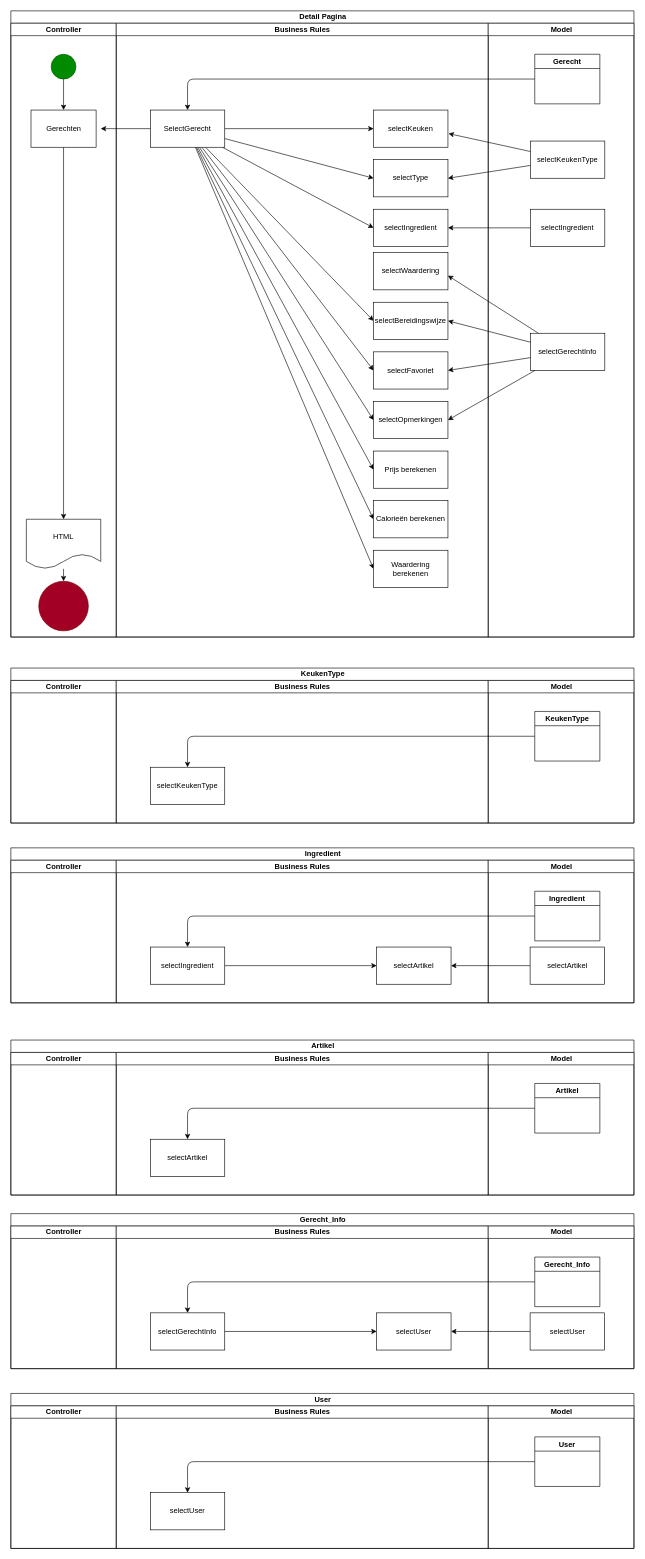
Earlier version of the draw.io diagram documents/design/VER-ASD-Uitgewerkt-ASD-AY-v1.drawio (ReneKrewinkel/educom-verrukkulluk-1705917536). Source tidied: cells renumbered, new cells numbered last; positions are measured from the earlier drawing's top-left corner, leaving out a move shared by most shapes. Both pictures are drawn from the tidied source at 62%, with x=0, y=0 at pixel (11, 11).
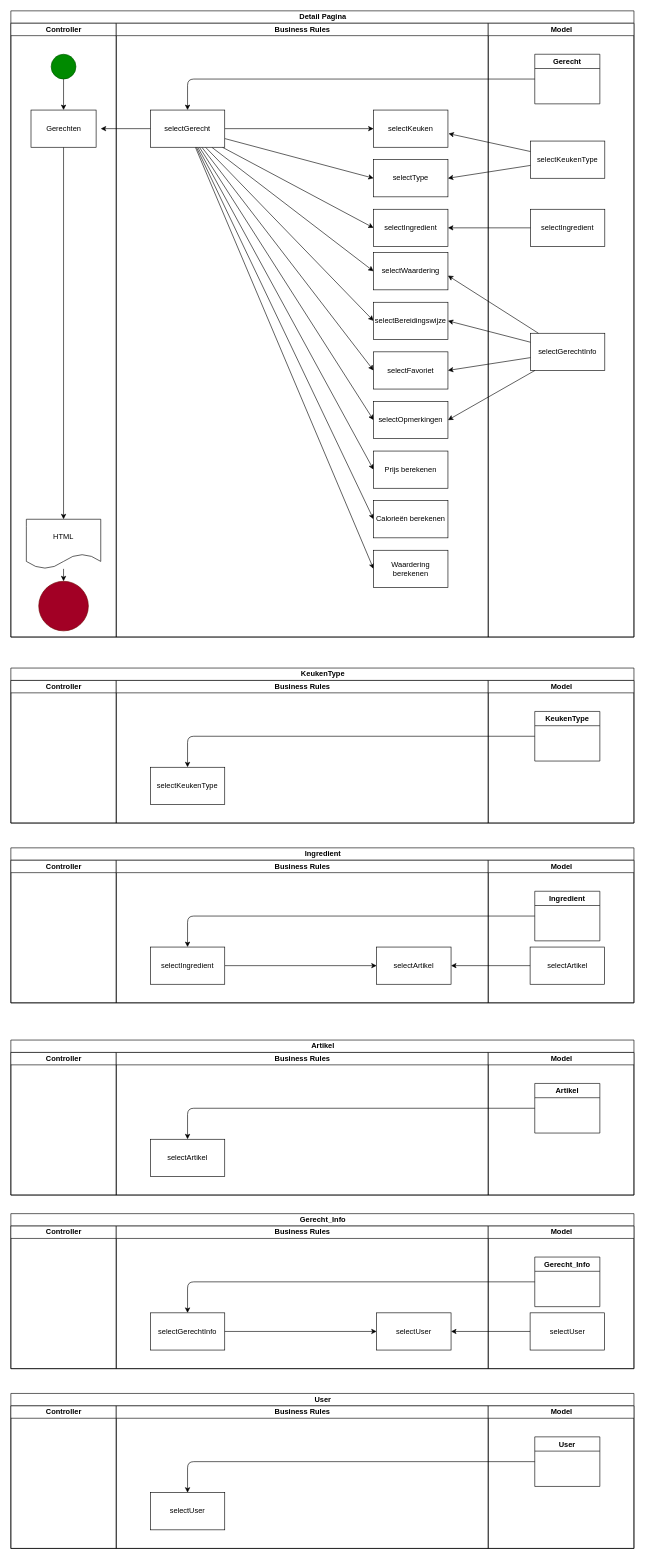
After the change.

Unchanged cells that the change refers to:
```xml
<mxCell id="11" value="Business Rules" style="swimlane;startSize=20;html=1;" parent="2" vertex="1">
  <mxGeometry x="170" y="20" width="600" height="990" as="geometry" />
</mxCell>
<mxCell id="25" value="selectWaardering" style="rounded=0;whiteSpace=wrap;html=1;" parent="11" vertex="1">
  <mxGeometry x="415" y="370" width="120" height="60" as="geometry" />
</mxCell>
```

Diff of the diagram source:
```diff
@@
+    <mxCell id="89" style="edgeStyle=none;html=1;entryX=0;entryY=0.5;entryDx=0;entryDy=0;" parent="11" edge="1" source="21" target="25">
+      <mxGeometry relative="1" as="geometry" />
+    </mxCell>
-    <mxCell id="21" value="SelectGerecht" style="rounded=0;whiteSpace=wrap;html=1;" parent="11" vertex="1">
+    <mxCell id="21" value="selectGerecht" style="rounded=0;whiteSpace=wrap;html=1;" parent="11" vertex="1">
       <mxGeometry x="55" y="140" width="120" height="60" as="geometry" />
     </mxCell>
```
